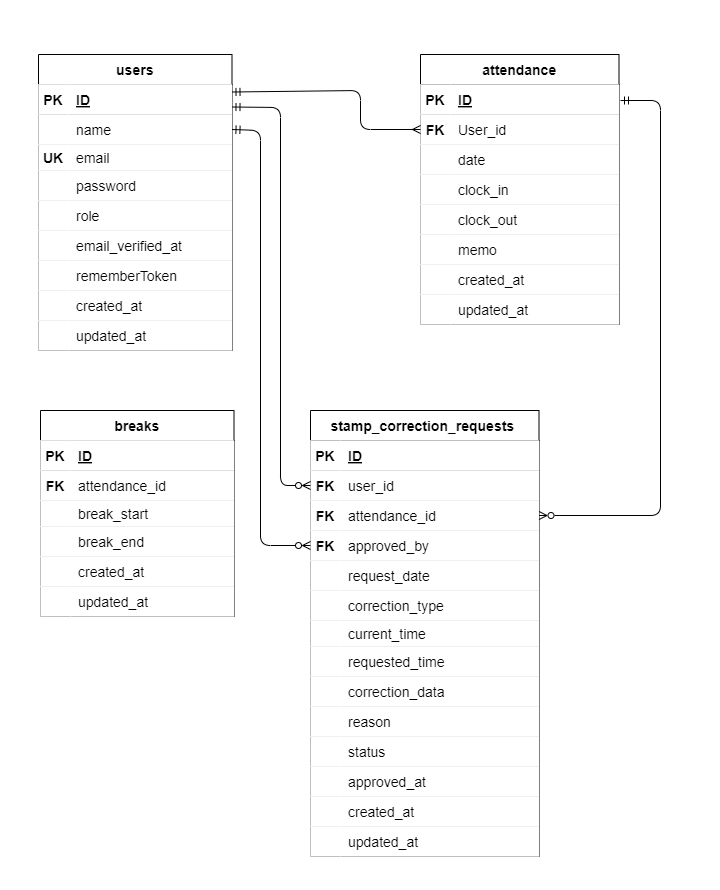
Above: attendance.drawio.png in ponponmama/attendance-erika-hara (draw.io), before the change. Source tidied: cells renumbered, new cells last; positions are measured from the earlier drawing's top-left corner, leaving out a move shared by most shapes.
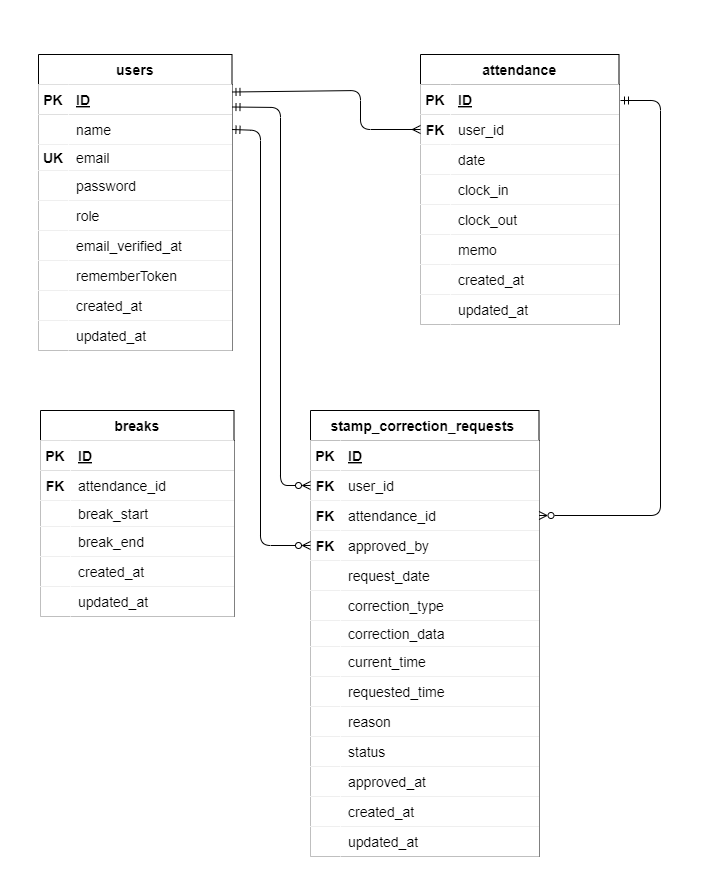
Above is the later version.

Diff of the diagram source:
```diff
@@ -116,7 +116,7 @@
     <mxCell id="39" value="FK" style="shape=partialRectangle;fillColor=default;top=0;left=0;bottom=0;right=0;overflow=hidden;fontSize=14;strokeColor=#000000;labelBorderColor=none;swimlaneFillColor=#000000;fontStyle=1;" parent="38" vertex="1">
       <mxGeometry width="30" height="30" as="geometry" />
     </mxCell>
-    <mxCell id="40" value="User_id" style="shape=partialRectangle;fillColor=default;top=0;left=0;bottom=0;right=0;align=left;spacingLeft=6;overflow=hidden;fontSize=14;strokeColor=#000000;labelBorderColor=none;swimlaneFillColor=#000000;" parent="38" vertex="1">
+    <mxCell id="40" value="user_id" style="shape=partialRectangle;fillColor=default;top=0;left=0;bottom=0;right=0;align=left;spacingLeft=6;overflow=hidden;fontSize=14;strokeColor=#000000;labelBorderColor=none;swimlaneFillColor=#000000;" parent="38" vertex="1">
       <mxGeometry x="30" width="168.5" height="30" as="geometry" />
     </mxCell>
     <mxCell id="41" style="shape=tableRow;horizontal=0;startSize=0;swimlaneHead=0;swimlaneBody=0;fillColor=default;top=0;left=0;right=0;bottom=0;fontSize=14;strokeColor=#000000;labelBorderColor=none;swimlaneFillColor=#000000;" parent="34" vertex="1">
@@ -244,7 +244,7 @@
     <mxCell id="80" style="shape=partialRectangle;fillColor=default;top=0;left=0;bottom=0;right=0;overflow=hidden;fontSize=14;strokeColor=#000000;labelBorderColor=none;swimlaneFillColor=#000000;" parent="79" vertex="1">
       <mxGeometry width="30" height="26" as="geometry" />
     </mxCell>
-    <mxCell id="81" value="current_time" style="shape=partialRectangle;fillColor=default;top=0;left=0;bottom=0;right=0;align=left;spacingLeft=6;overflow=hidden;fontSize=14;strokeColor=#000000;labelBorderColor=none;swimlaneFillColor=#000000;" parent="79" vertex="1">
+    <mxCell id="81" value="correction_data" style="shape=partialRectangle;fillColor=default;top=0;left=0;bottom=0;right=0;align=left;spacingLeft=6;overflow=hidden;fontSize=14;strokeColor=#000000;labelBorderColor=none;swimlaneFillColor=#000000;" parent="79" vertex="1">
       <mxGeometry x="30" width="198.5" height="26" as="geometry" />
     </mxCell>
     <mxCell id="82" style="shape=tableRow;horizontal=0;startSize=0;swimlaneHead=0;swimlaneBody=0;fillColor=default;top=0;left=0;right=0;bottom=0;fontSize=14;strokeColor=#000000;labelBorderColor=none;swimlaneFillColor=#000000;" parent="60" vertex="1">
@@ -253,7 +253,7 @@
     <mxCell id="83" style="shape=partialRectangle;fillColor=default;top=0;left=0;bottom=0;right=0;overflow=hidden;fontSize=14;strokeColor=#000000;labelBorderColor=none;swimlaneFillColor=#000000;" parent="82" vertex="1">
       <mxGeometry width="30" height="30" as="geometry" />
     </mxCell>
-    <mxCell id="84" value="requested_time" style="shape=partialRectangle;fillColor=default;top=0;left=0;bottom=0;right=0;align=left;spacingLeft=6;overflow=hidden;fontSize=14;strokeColor=#000000;labelBorderColor=none;swimlaneFillColor=#000000;" parent="82" vertex="1">
+    <mxCell id="84" value="current_time" style="shape=partialRectangle;fillColor=default;top=0;left=0;bottom=0;right=0;align=left;spacingLeft=6;overflow=hidden;fontSize=14;strokeColor=#000000;labelBorderColor=none;swimlaneFillColor=#000000;" parent="82" vertex="1">
       <mxGeometry x="30" width="198.5" height="30" as="geometry" />
     </mxCell>
     <mxCell id="85" style="shape=tableRow;horizontal=0;startSize=0;swimlaneHead=0;swimlaneBody=0;fillColor=default;top=0;left=0;right=0;bottom=0;fontSize=14;strokeColor=#000000;labelBorderColor=none;swimlaneFillColor=#000000;" parent="60" vertex="1">
@@ -262,7 +262,7 @@
     <mxCell id="86" style="shape=partialRectangle;fillColor=default;top=0;left=0;bottom=0;right=0;overflow=hidden;fontSize=14;strokeColor=#000000;labelBorderColor=none;swimlaneFillColor=#000000;" parent="85" vertex="1">
       <mxGeometry width="30" height="30" as="geometry" />
     </mxCell>
-    <mxCell id="87" value="correction_data" style="shape=partialRectangle;fillColor=default;top=0;left=0;bottom=0;right=0;align=left;spacingLeft=6;overflow=hidden;fontSize=14;strokeColor=#000000;labelBorderColor=none;swimlaneFillColor=#000000;" parent="85" vertex="1">
+    <mxCell id="87" value="requested_time" style="shape=partialRectangle;fillColor=default;top=0;left=0;bottom=0;right=0;align=left;spacingLeft=6;overflow=hidden;fontSize=14;strokeColor=#000000;labelBorderColor=none;swimlaneFillColor=#000000;" parent="85" vertex="1">
       <mxGeometry x="30" width="198.5" height="30" as="geometry" />
     </mxCell>
     <mxCell id="88" style="shape=tableRow;horizontal=0;startSize=0;swimlaneHead=0;swimlaneBody=0;fillColor=default;top=0;left=0;right=0;bottom=0;fontSize=14;strokeColor=#000000;labelBorderColor=none;swimlaneFillColor=#000000;" parent="60" vertex="1">
```
